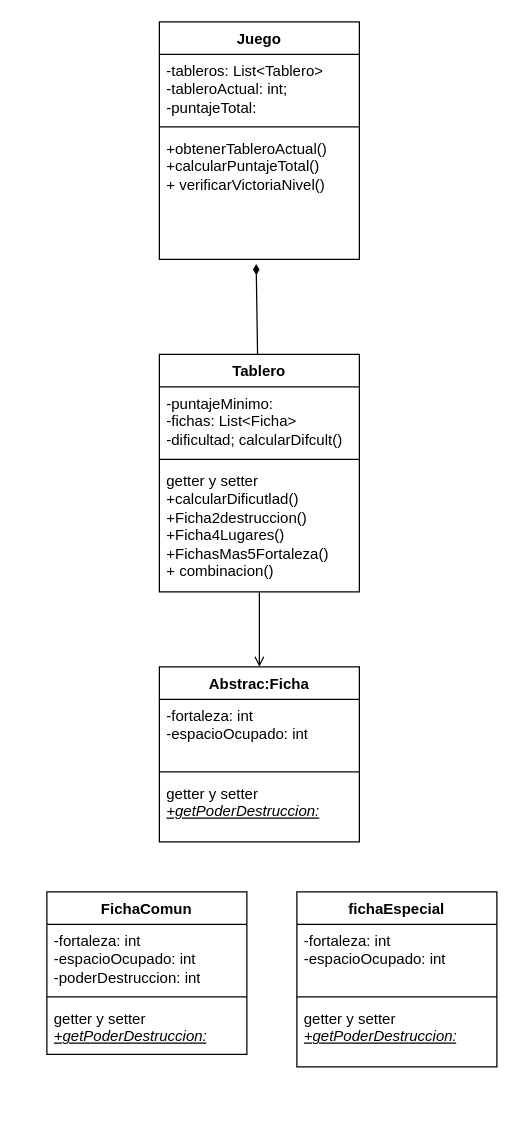
Above: practica5/Candy/Docs/Diagrama Clases - Candy.drawio in Yaco10/ejercicios-poo-java (draw.io), before the change. Source tidied: cells renumbered, new cells numbered last; positions are measured from the earlier drawing's top-left corner, leaving out a move shared by most shapes. Both pictures are drawn from the tidied source at 125%, with x=0, y=0 at pixel (46, 21).
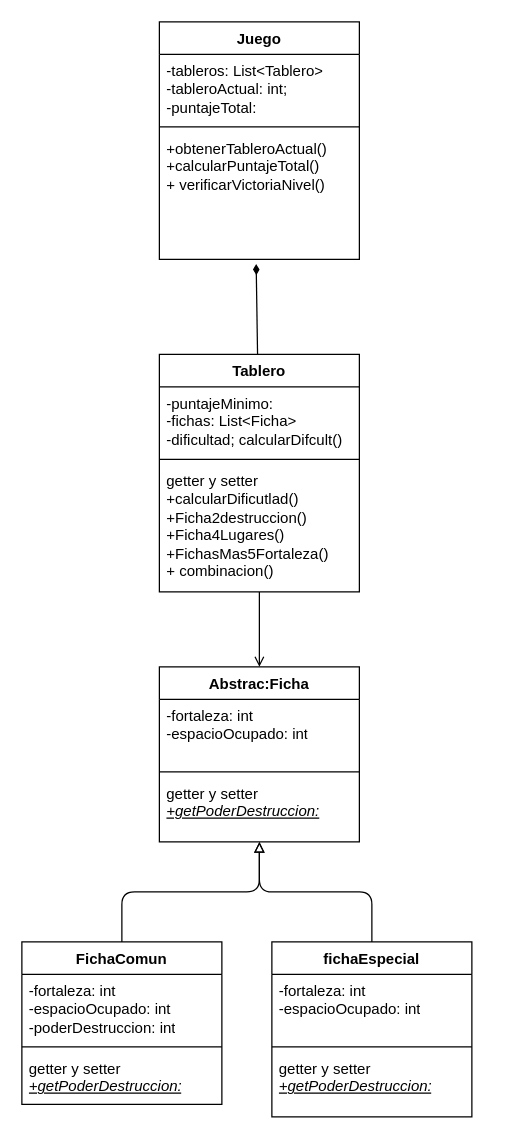
Above is the later version.

The change refers to these unchanged cells:
```xml
<mxCell id="2" value="Abstrac:Ficha" style="swimlane;fontStyle=1;align=center;verticalAlign=top;horizontal=1;startSize=26;whiteSpace=wrap;html=1;" parent="1" vertex="1">
  <mxGeometry x="90" y="516" width="160" height="140" as="geometry" />
</mxCell>
```

The edit, as a diff of the source:
```diff
@@
+    <mxCell id="24" style="edgeStyle=orthogonalEdgeStyle;html=1;endArrow=block;endFill=0;" parent="1" edge="1" source="6" target="2">
+      <mxGeometry relative="1" as="geometry" />
+    </mxCell>
     <mxCell id="6" value="FichaComun" style="swimlane;fontStyle=1;align=center;verticalAlign=top;horizontal=1;startSize=26;whiteSpace=wrap;html=1;" parent="1" vertex="1">
-      <mxGeometry y="696" width="160" height="130" as="geometry" />
+      <mxGeometry x="-20" y="736" width="160" height="130" as="geometry" />
     </mxCell>
@@
+    <mxCell id="25" style="edgeStyle=orthogonalEdgeStyle;html=1;endArrow=block;endFill=0;" parent="1" edge="1" source="10" target="2">
+      <mxGeometry relative="1" as="geometry" />
+    </mxCell>
     <mxCell id="10" value="fichaEspecial" style="swimlane;fontStyle=1;align=center;verticalAlign=top;horizontal=1;startSize=26;whiteSpace=wrap;html=1;" parent="1" vertex="1">
-      <mxGeometry x="200" y="696" width="160" height="140" as="geometry" />
+      <mxGeometry x="180" y="736" width="160" height="140" as="geometry" />
     </mxCell>
```
